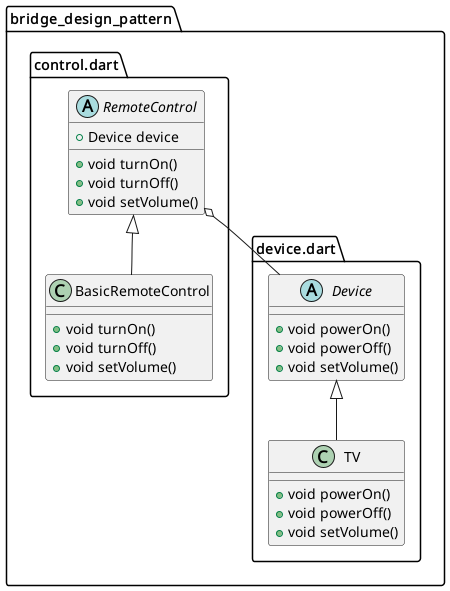
Above: design_patterns_explained_(with_code)/_8_bridge_design_pattern_explained/diagram.png in FedericoCalabro/Medium (PlantUML), before the change. The source it was exported from:
```plantuml
@startuml
set namespaceSeparator ::

abstract class "bridge_design_pattern::control.dart::RemoteControl" {
  +Device device
  +void turnOn()
  +void turnOff()
  +void setVolume()
}

"bridge_design_pattern::control.dart::RemoteControl" o-- "bridge_design_pattern::device.dart::Device"

class "bridge_design_pattern::control.dart::BasicRemoteControl" {
  +void turnOn()
  +void turnOff()
  +void setVolume()
}

"bridge_design_pattern::control.dart::RemoteControl" <|-- "bridge_design_pattern::control.dart::BasicRemoteControl"

abstract class "bridge_design_pattern::device.dart::Device" {
  +void powerOn()
  +void powerOff()
  +void setVolume()
}

class "bridge_design_pattern::device.dart::TV" {
  +void powerOn()
  +void powerOff()
  +void setVolume()
}

"bridge_design_pattern::device.dart::Device" <|-- "bridge_design_pattern::device.dart::TV"


@enduml
```
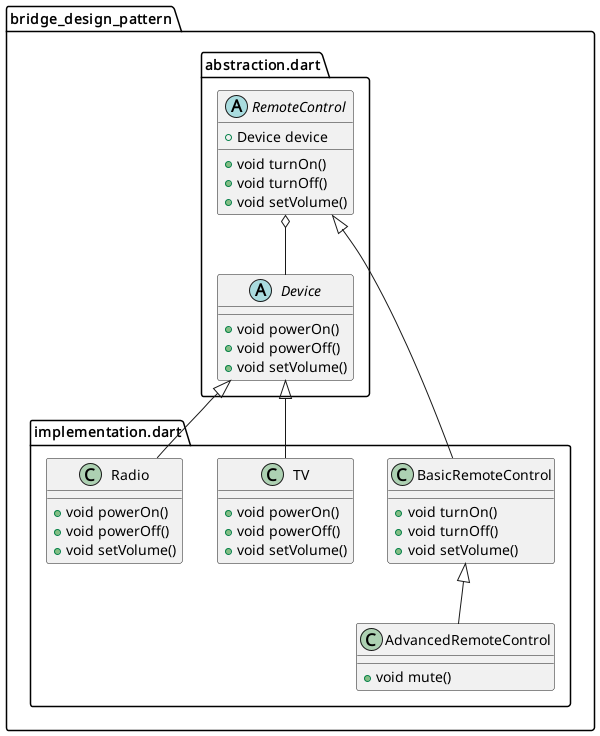
The same diagram one commit later.

Commit message:
updated design pattern 8, missing link

What changed in the source:
```diff
@@ -1,36 +1,50 @@
 @startuml
 set namespaceSeparator ::
 
-abstract class "bridge_design_pattern::control.dart::RemoteControl" {
+class "bridge_design_pattern::implementation.dart::TV" {
+  +void powerOn()
+  +void powerOff()
+  +void setVolume()
+}
+
+"bridge_design_pattern::abstraction.dart::Device" <|-- "bridge_design_pattern::implementation.dart::TV"
+
+class "bridge_design_pattern::implementation.dart::Radio" {
+  +void powerOn()
+  +void powerOff()
+  +void setVolume()
+}
+
+"bridge_design_pattern::abstraction.dart::Device" <|-- "bridge_design_pattern::implementation.dart::Radio"
+
+class "bridge_design_pattern::implementation.dart::BasicRemoteControl" {
+  +void turnOn()
+  +void turnOff()
+  +void setVolume()
+}
+
+"bridge_design_pattern::abstraction.dart::RemoteControl" <|-- "bridge_design_pattern::implementation.dart::BasicRemoteControl"
+
+class "bridge_design_pattern::implementation.dart::AdvancedRemoteControl" {
+  +void mute()
+}
+
+"bridge_design_pattern::implementation.dart::BasicRemoteControl" <|-- "bridge_design_pattern::implementation.dart::AdvancedRemoteControl"
+
+abstract class "bridge_design_pattern::abstraction.dart::Device" {
+  +void powerOn()
+  +void powerOff()
+  +void setVolume()
+}
+
+abstract class "bridge_design_pattern::abstraction.dart::RemoteControl" {
   +Device device
   +void turnOn()
   +void turnOff()
   +void setVolume()
 }
 
-"bridge_design_pattern::control.dart::RemoteControl" o-- "bridge_design_pattern::device.dart::Device"
-
-class "bridge_design_pattern::control.dart::BasicRemoteControl" {
-  +void turnOn()
-  +void turnOff()
-  +void setVolume()
-}
-
-"bridge_design_pattern::control.dart::RemoteControl" <|-- "bridge_design_pattern::control.dart::BasicRemoteControl"
-
-abstract class "bridge_design_pattern::device.dart::Device" {
-  +void powerOn()
-  +void powerOff()
-  +void setVolume()
-}
-
-class "bridge_design_pattern::device.dart::TV" {
-  +void powerOn()
-  +void powerOff()
-  +void setVolume()
-}
-
-"bridge_design_pattern::device.dart::Device" <|-- "bridge_design_pattern::device.dart::TV"
+"bridge_design_pattern::abstraction.dart::RemoteControl" o-- "bridge_design_pattern::abstraction.dart::Device"
 
 
 @enduml
```
